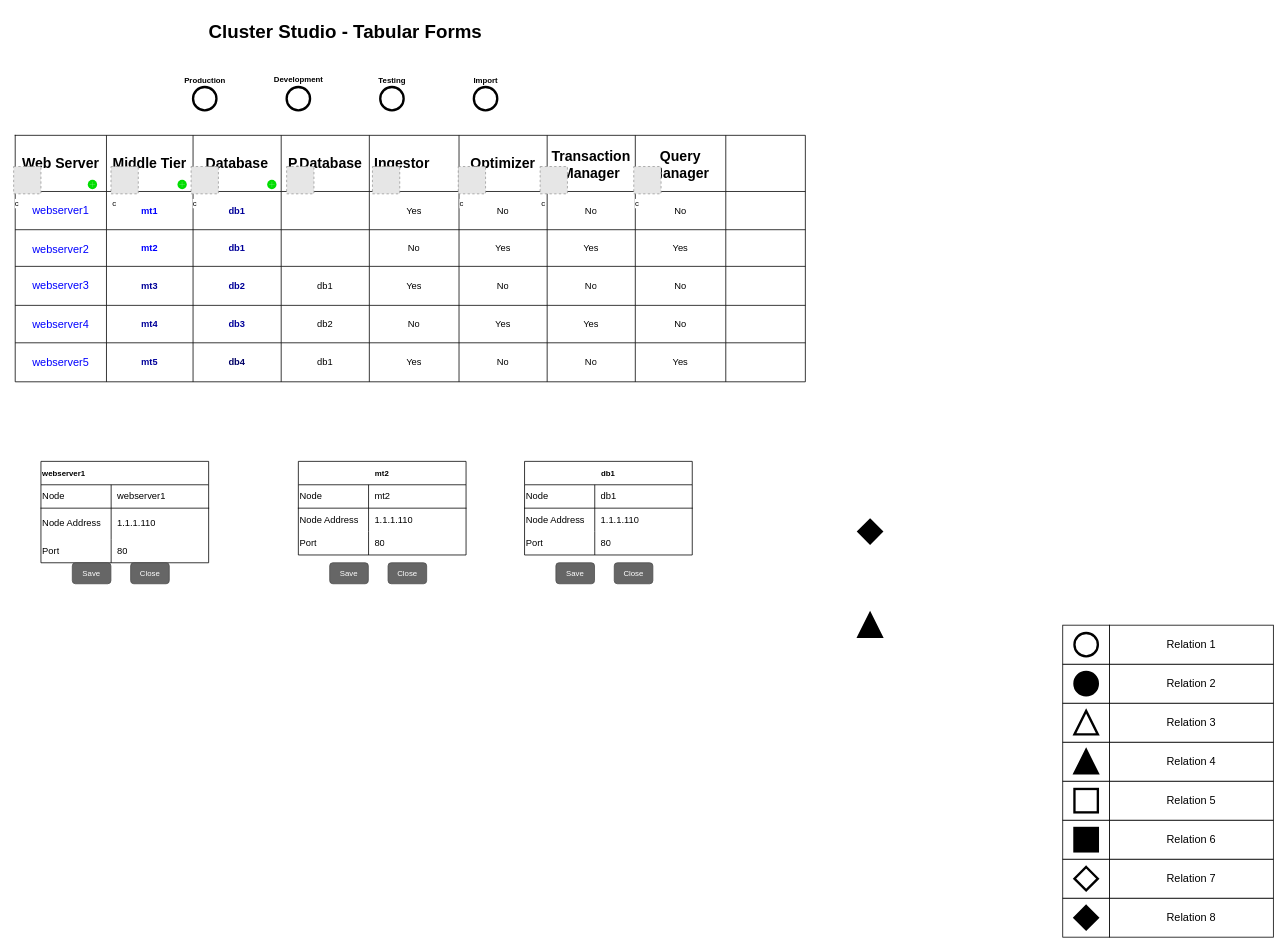
The draw.io diagram Untitled Diagram.drawio in rizwan0612/TestProject, before the edit. Source tidied: cells renumbered, new cells numbered last; positions are measured from the earlier drawing's top-left corner, leaving out a move shared by most shapes. Both pictures are drawn from the tidied source at 78%, with x=0, y=0 at pixel (13, 16). Pictures stored in the file or linked from it are replaced by grey dashed boxes.
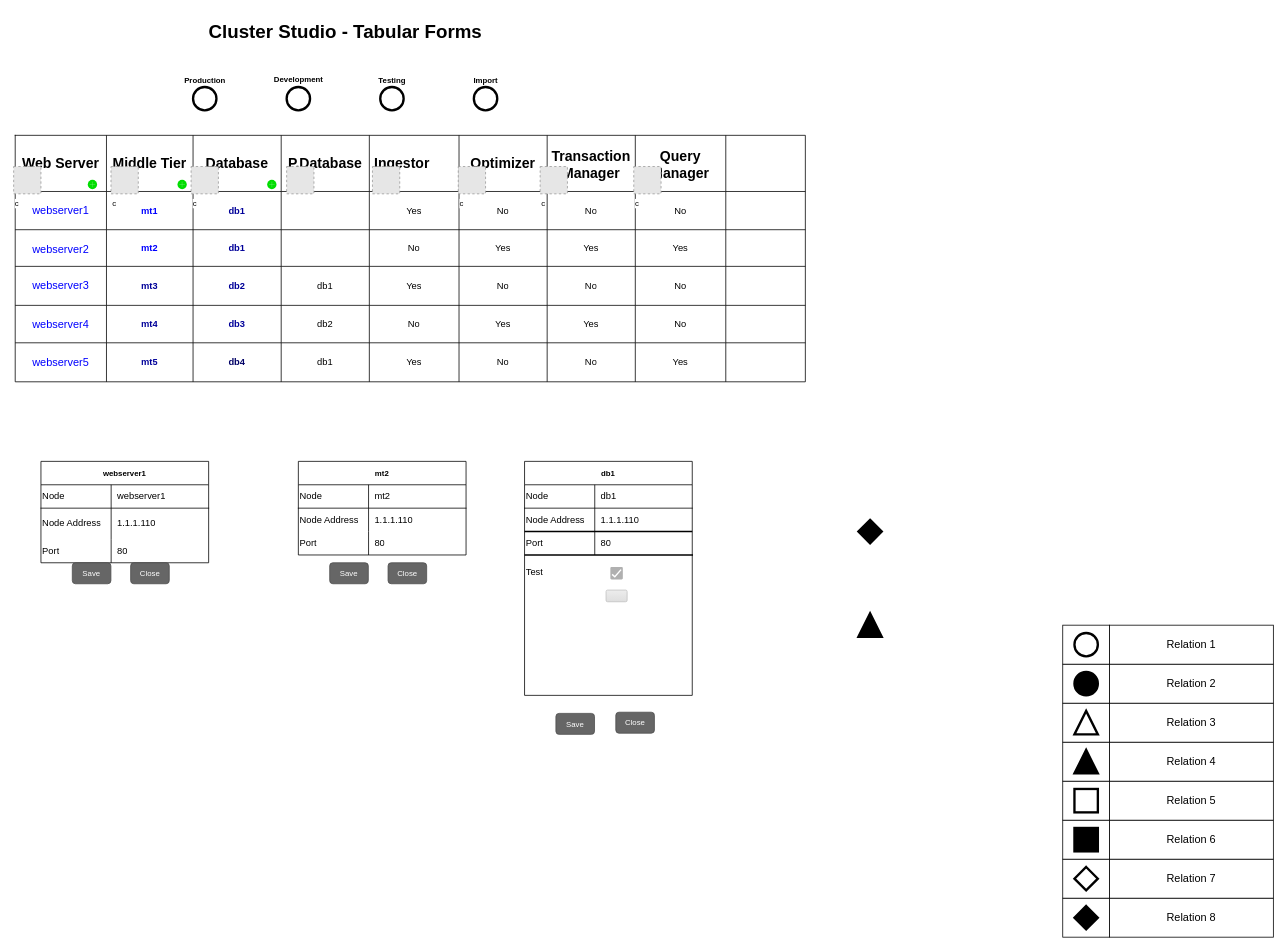
The same diagram, later.

Change to the diagram source:
```diff
@@
-    <mxCell id="63" value="webserver1" style="shape=table;html=1;whiteSpace=wrap;startSize=30;childLayout=tableLayout;rowLines=0;fontStyle=1;align=left;fontSize=10;" parent="1" vertex="1">
+    <mxCell id="63" value="webserver1" style="shape=table;html=1;whiteSpace=wrap;startSize=30;childLayout=tableLayout;rowLines=0;fontStyle=1;align=center;fontSize=10;" parent="1" vertex="1">
       <mxGeometry x="35" y="570" width="215" height="130" as="geometry" />
     </mxCell>
@@
     <mxCell id="126" value="Save" style="rounded=1;html=1;shadow=0;dashed=0;whiteSpace=wrap;fontSize=10;fillColor=#666666;align=center;strokeColor=#4D4D4D;fontColor=#ffffff;" parent="1" vertex="1">
-      <mxGeometry x="695.2" y="700" width="49.5" height="26.9" as="geometry" />
+      <mxGeometry x="695.2" y="893.1" width="49.5" height="26.9" as="geometry" />
     </mxCell>
     <mxCell id="127" value="Close" style="rounded=1;html=1;shadow=0;dashed=0;whiteSpace=wrap;fontSize=10;fillColor=#666666;align=center;strokeColor=#4D4D4D;fontColor=#ffffff;" parent="1" vertex="1">
-      <mxGeometry x="770" y="700" width="49.5" height="26.9" as="geometry" />
+      <mxGeometry x="772" y="891.6" width="49.5" height="26.9" as="geometry" />
     </mxCell>
     <mxCell id="128" value="db1" style="shape=table;html=1;whiteSpace=wrap;startSize=30;childLayout=tableLayout;rowLines=0;fontStyle=1;align=center;fontSize=10;" parent="1" vertex="1">
-      <mxGeometry x="655" y="570" width="215" height="120" as="geometry" />
+      <mxGeometry x="655" y="570" width="215" height="300" as="geometry" />
     </mxCell>
@@
+    <mxCell id="146" style="line;strokeWidth=2;html=1;rounded=0;gradientColor=#ffffff;align=left;" parent="1" vertex="1">
+      <mxGeometry x="655" y="655" width="215" height="10" as="geometry" />
+    </mxCell>
+    <mxCell id="147" style="line;strokeWidth=2;html=1;rounded=0;gradientColor=#ffffff;align=left;" parent="1" vertex="1">
+      <mxGeometry x="655" y="685" width="216" height="10" as="geometry" />
+    </mxCell>
+    <mxCell id="148" style="dashed=0;labelPosition=right;align=left;shape=mxgraph.gmdl.checkbox;strokeColor=none;fillColor=#B0B0B0;strokeWidth=2;rounded=0;html=1;" parent="1" vertex="1">
+      <mxGeometry x="765" y="705.4" width="16" height="16" as="geometry" />
+    </mxCell>
+    <mxCell id="149" value="Test" style="shape=partialRectangle;html=1;whiteSpace=wrap;fillColor=none;top=0;left=0;bottom=0;right=0;overflow=hidden;align=left;" parent="1" vertex="1">
+      <mxGeometry x="655" y="696.9" width="90" height="30" as="geometry" />
+    </mxCell>
+    <mxCell id="150" style="html=1;shadow=0;dashed=0;shape=mxgraph.bootstrap.checkbox2;labelPosition=right;verticalLabelPosition=middle;align=left;verticalAlign=middle;gradientColor=#DEDEDE;fillColor=#EDEDED;checked=0;spacing=5;checkedFill=#0085FC;checkedStroke=#ffffff;rounded=0;strokeColor=#c0c0c0;" parent="1" vertex="1">
+      <mxGeometry x="759.5" y="735" width="27" height="15" as="geometry" />
+    </mxCell>
```
